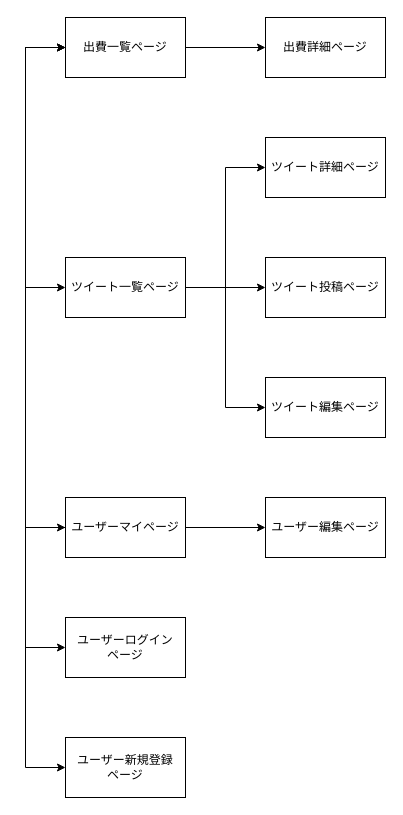
Above: transition_diagram.dio in YYYukiyamazakIII/kakeibo (draw.io), before the change. Source tidied: cells renumbered, new cells numbered last; positions are measured from the earlier drawing's top-left corner, leaving out a move shared by most shapes. Both pictures are drawn from the tidied source at 100%, with x=0, y=0 at pixel (25, 17).
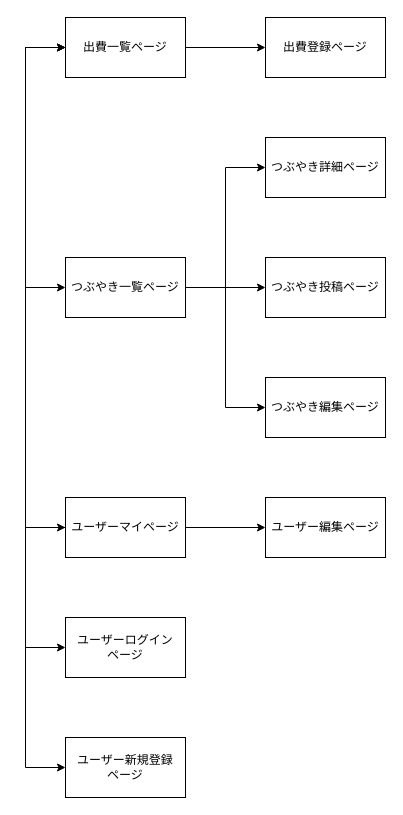
The same diagram, later.

Change to the diagram source:
```diff
@@
-    <mxCell id="7" value="ツイート一覧ページ" style="rounded=0;whiteSpace=wrap;html=1;" parent="1" vertex="1">
+    <mxCell id="7" value="つぶやき一覧ページ" style="rounded=0;whiteSpace=wrap;html=1;" parent="1" vertex="1">
       <mxGeometry x="40" y="240" width="120" height="60" as="geometry" />
     </mxCell>
-    <mxCell id="8" value="出費詳細ページ" style="rounded=0;whiteSpace=wrap;html=1;" parent="1" vertex="1">
+    <mxCell id="8" value="出費登録ページ" style="rounded=0;whiteSpace=wrap;html=1;" parent="1" vertex="1">
       <mxGeometry x="240" width="120" height="60" as="geometry" />
     </mxCell>
-    <mxCell id="9" value="ツイート投稿ページ" style="rounded=0;whiteSpace=wrap;html=1;" parent="1" vertex="1">
+    <mxCell id="9" value="つぶやき投稿ページ" style="rounded=0;whiteSpace=wrap;html=1;" parent="1" vertex="1">
       <mxGeometry x="240" y="240" width="120" height="60" as="geometry" />
     </mxCell>
-    <mxCell id="10" value="ツイート詳細ページ" style="rounded=0;whiteSpace=wrap;html=1;" parent="1" vertex="1">
+    <mxCell id="10" value="つぶやき詳細ページ" style="rounded=0;whiteSpace=wrap;html=1;" parent="1" vertex="1">
       <mxGeometry x="240" y="120" width="120" height="60" as="geometry" />
     </mxCell>
@@
-    <mxCell id="19" value="ツイート編集ページ" style="rounded=0;whiteSpace=wrap;html=1;" parent="1" vertex="1">
+    <mxCell id="19" value="つぶやき編集ページ" style="rounded=0;whiteSpace=wrap;html=1;" parent="1" vertex="1">
       <mxGeometry x="240" y="360" width="120" height="60" as="geometry" />
     </mxCell>
```
